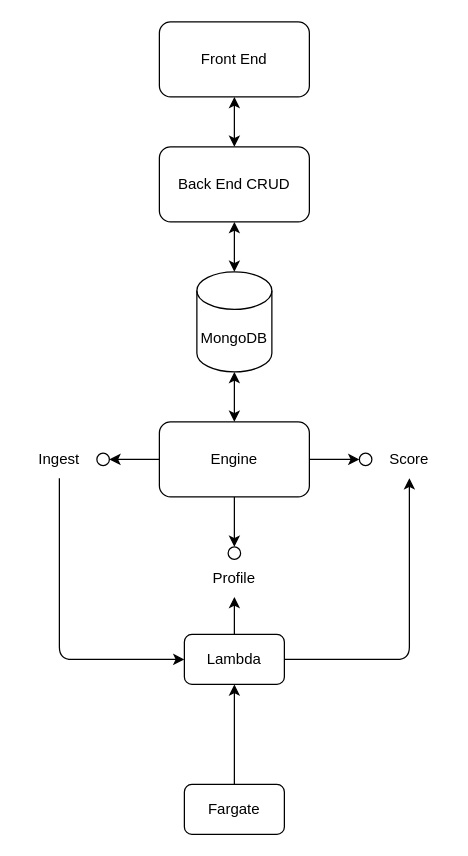
StanisKo/stock-engine keeps this draw.io diagram as docs/engine.drawio. Above is the earlier version. Source tidied: cells renumbered, new cells numbered last; positions are measured from the earlier drawing's top-left corner, leaving out a move shared by most shapes. Both pictures are drawn from the tidied source at 125%, with x=0, y=0 at pixel (21, 21).
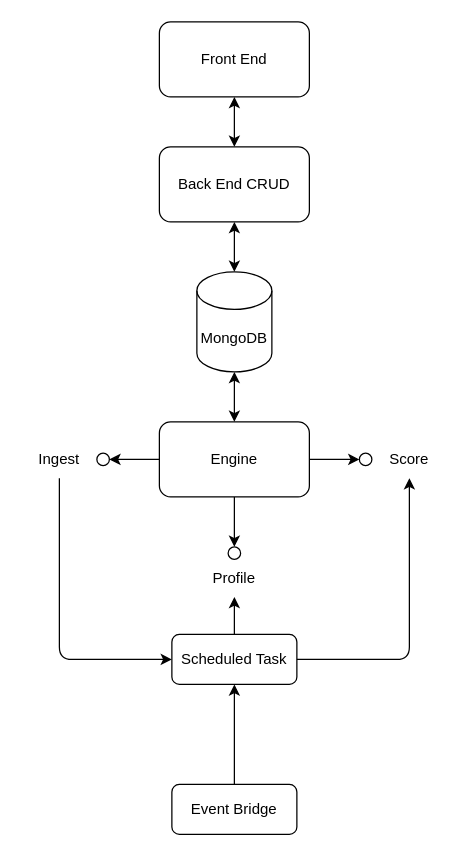
The same diagram, later.

Diff of the diagram source:
```diff
@@
-    <mxCell id="15" value="Lambda" style="rounded=1;whiteSpace=wrap;html=1;fillColor=none;" parent="1" vertex="1">
-      <mxGeometry x="130" y="490" width="80" height="40" as="geometry" />
+    <mxCell id="15" value="Scheduled Task" style="rounded=1;whiteSpace=wrap;html=1;fillColor=none;" parent="1" vertex="1">
+      <mxGeometry x="120" y="490" width="100" height="40" as="geometry" />
     </mxCell>
@@
-    <mxCell id="23" value="Fargate" style="rounded=1;whiteSpace=wrap;html=1;fillColor=none;" parent="1" vertex="1">
-      <mxGeometry x="130" y="610" width="80" height="40" as="geometry" />
+    <mxCell id="23" value="Event Bridge" style="rounded=1;whiteSpace=wrap;html=1;fillColor=none;" parent="1" vertex="1">
+      <mxGeometry x="120" y="610" width="100" height="40" as="geometry" />
     </mxCell>
```
